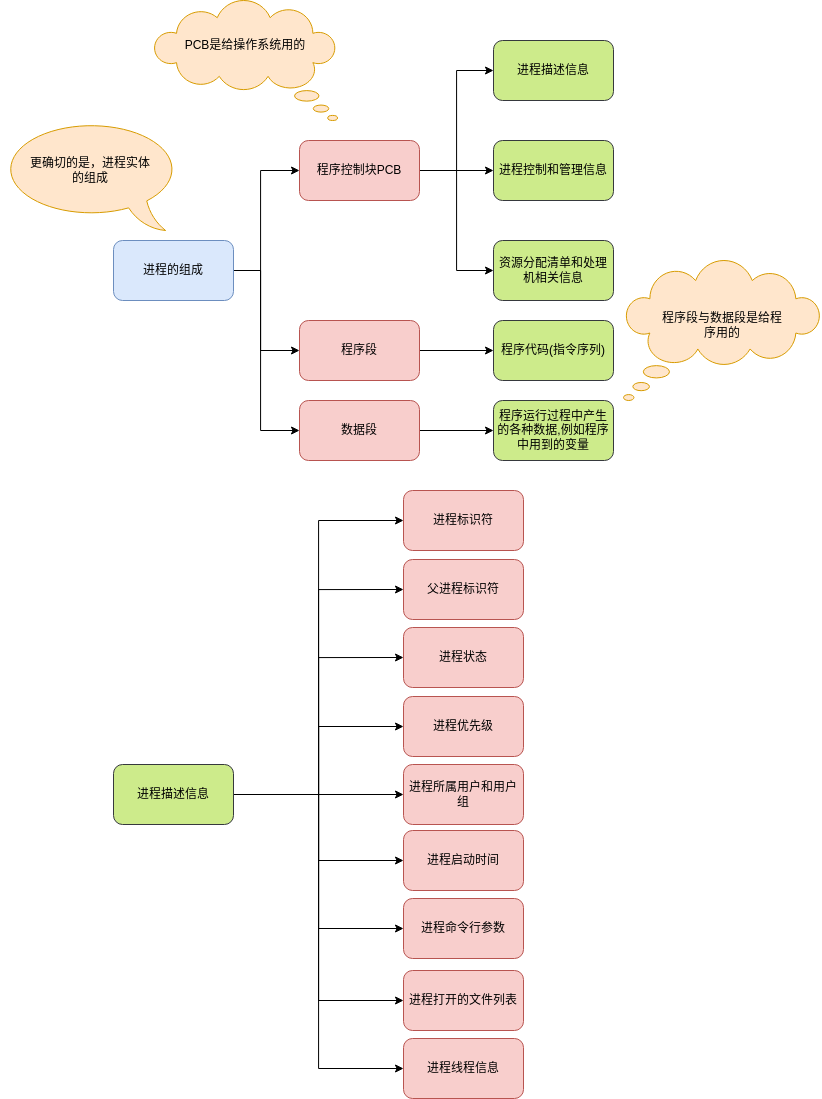
YuMingLiDawn/Linux keeps this draw.io diagram as process.drawio.png. Above is the earlier version. Source tidied: cells renumbered, new cells last; positions are measured from the earlier drawing's top-left corner, leaving out a move shared by most shapes.
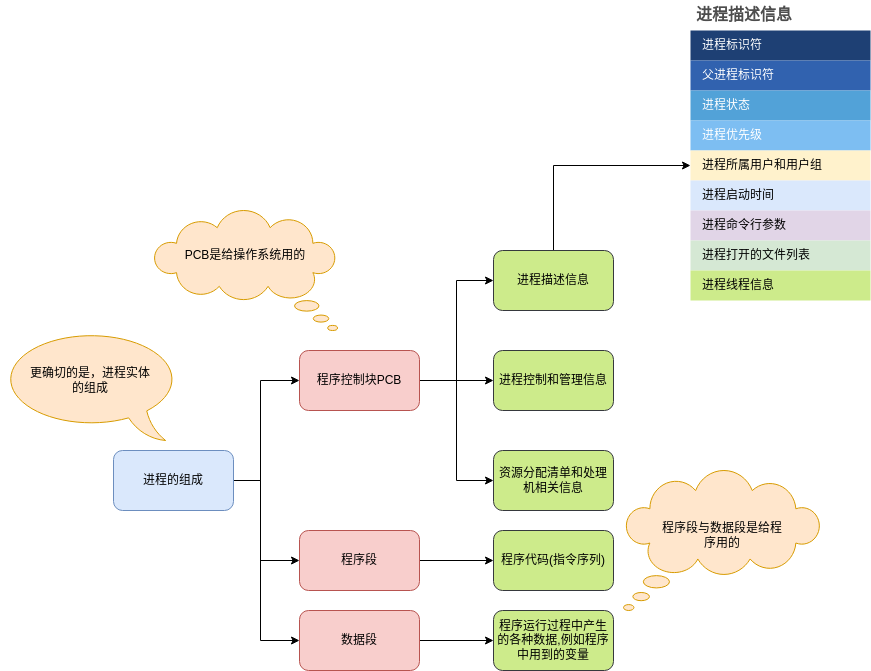
Above is the later version.

The edit, as a diff of the source:
```diff
@@ -53,6 +53,9 @@
     <mxCell id="13" value="数据段" style="rounded=1;whiteSpace=wrap;html=1;fillColor=#f8cecc;strokeColor=#b85450;" parent="1" vertex="1">
       <mxGeometry x="299" y="400" width="120" height="60" as="geometry" />
     </mxCell>
+    <mxCell id="44" style="edgeStyle=orthogonalEdgeStyle;rounded=0;jettySize=auto;html=1;entryX=0;entryY=0.5;entryDx=0;entryDy=0;" parent="1" edge="1" source="14" target="49">
+      <mxGeometry relative="1" as="geometry" />
+    </mxCell>
     <mxCell id="14" value="进程描述信息" style="rounded=1;whiteSpace=wrap;html=1;fillColor=#cdeb8b;strokeColor=#36393d;" parent="1" vertex="1">
       <mxGeometry x="493" y="40" width="120" height="60" as="geometry" />
     </mxCell>
@@ -86,62 +89,62 @@
     <mxCell id="24" value="更确切的是，进程实体的组成" style="text;html=1;strokeColor=none;fillColor=none;align=center;verticalAlign=middle;whiteSpace=wrap;rounded=0;" parent="1" vertex="1">
       <mxGeometry x="25" y="155" width="130" height="30" as="geometry" />
     </mxCell>
-    <mxCell id="25" style="edgeStyle=orthogonalEdgeStyle;rounded=0;jettySize=auto;html=1;entryX=0;entryY=0.5;entryDx=0;entryDy=0;" parent="1" edge="1" source="34" target="35">
-      <mxGeometry relative="1" as="geometry" />
-    </mxCell>
-    <mxCell id="26" style="edgeStyle=orthogonalEdgeStyle;rounded=0;jettySize=auto;html=1;entryX=0;entryY=0.5;entryDx=0;entryDy=0;" parent="1" edge="1" source="34" target="36">
-      <mxGeometry relative="1" as="geometry" />
-    </mxCell>
-    <mxCell id="27" style="edgeStyle=orthogonalEdgeStyle;rounded=0;jettySize=auto;html=1;entryX=0;entryY=0.5;entryDx=0;entryDy=0;" parent="1" edge="1" source="34" target="37">
-      <mxGeometry relative="1" as="geometry" />
-    </mxCell>
-    <mxCell id="28" style="edgeStyle=orthogonalEdgeStyle;rounded=0;jettySize=auto;html=1;entryX=0;entryY=0.5;entryDx=0;entryDy=0;" parent="1" edge="1" source="34" target="38">
-      <mxGeometry relative="1" as="geometry" />
-    </mxCell>
-    <mxCell id="29" style="edgeStyle=orthogonalEdgeStyle;rounded=0;jettySize=auto;html=1;entryX=0;entryY=0.5;entryDx=0;entryDy=0;" parent="1" edge="1" source="34" target="39">
-      <mxGeometry relative="1" as="geometry" />
-    </mxCell>
-    <mxCell id="30" style="edgeStyle=orthogonalEdgeStyle;rounded=0;jettySize=auto;html=1;entryX=0;entryY=0.5;entryDx=0;entryDy=0;" parent="1" edge="1" source="34" target="40">
-      <mxGeometry relative="1" as="geometry" />
-    </mxCell>
-    <mxCell id="31" style="edgeStyle=orthogonalEdgeStyle;rounded=0;jettySize=auto;html=1;entryX=0;entryY=0.5;entryDx=0;entryDy=0;" parent="1" edge="1" source="34" target="41">
-      <mxGeometry relative="1" as="geometry" />
-    </mxCell>
-    <mxCell id="32" style="edgeStyle=orthogonalEdgeStyle;rounded=0;jettySize=auto;html=1;entryX=0;entryY=0.5;entryDx=0;entryDy=0;" parent="1" edge="1" source="34" target="42">
-      <mxGeometry relative="1" as="geometry" />
-    </mxCell>
-    <mxCell id="33" style="edgeStyle=orthogonalEdgeStyle;rounded=0;jettySize=auto;html=1;entryX=0;entryY=0.5;entryDx=0;entryDy=0;" parent="1" edge="1" source="34" target="43">
-      <mxGeometry relative="1" as="geometry" />
-    </mxCell>
-    <mxCell id="34" value="进程描述信息" style="rounded=1;whiteSpace=wrap;html=1;fillColor=#cdeb8b;strokeColor=#36393d;" parent="1" vertex="1">
-      <mxGeometry x="113" y="764" width="120" height="60" as="geometry" />
+    <mxCell id="34" value="进程描述信息" style="shape=table;startSize=30;fontSize=16;align=left;verticalAlign=top;fillColor=none;strokeColor=none;fontColor=#4D4D4D;fontStyle=1;spacingLeft=6;spacing=0;" parent="1" vertex="1">
+      <mxGeometry x="690" y="-210" width="180" height="300" as="geometry" />
     </mxCell>
+    <mxCell id="45" style="shape=tableRow;horizontal=0;startSize=0;swimlaneHead=0;swimlaneBody=0;strokeColor=inherit;top=0;left=0;bottom=0;right=0;fillColor=none;fontSize=12;" parent="34" vertex="1">
+      <mxGeometry y="30" width="180" height="30" as="geometry" />
+    </mxCell>
-    <mxCell id="35" value="进程标识符" style="rounded=1;whiteSpace=wrap;html=1;fillColor=#f8cecc;strokeColor=#b85450;" parent="1" vertex="1">
-      <mxGeometry x="403" y="490" width="120" height="60" as="geometry" />
+    <mxCell id="35" value="进程标识符" style="shape=partialRectangle;html=1;whiteSpace=wrap;strokeColor=inherit;overflow=hidden;fillColor=#1E4074;top=0;left=0;bottom=0;right=0;fontSize=12;align=left;fontColor=#FFFFFF;gradientColor=none;spacingLeft=10;spacingRight=4;" parent="45" vertex="1">
+      <mxGeometry width="180" height="30" as="geometry" />
     </mxCell>
+    <mxCell id="46" style="shape=tableRow;horizontal=0;startSize=0;swimlaneHead=0;swimlaneBody=0;strokeColor=inherit;top=0;left=0;bottom=0;right=0;fillColor=none;fontSize=12;" parent="34" vertex="1">
+      <mxGeometry y="60" width="180" height="30" as="geometry" />
+    </mxCell>
-    <mxCell id="36" value="父进程标识符" style="rounded=1;whiteSpace=wrap;html=1;fillColor=#f8cecc;strokeColor=#b85450;" parent="1" vertex="1">
-      <mxGeometry x="403" y="559" width="120" height="60" as="geometry" />
+    <mxCell id="36" value="父进程标识符" style="shape=partialRectangle;html=1;whiteSpace=wrap;strokeColor=inherit;overflow=hidden;fillColor=#3162AF;top=0;left=0;bottom=0;right=0;fontSize=12;align=left;fontColor=#FFFFFF;gradientColor=none;spacingLeft=10;spacingRight=4;" parent="46" vertex="1">
+      <mxGeometry width="180" height="30" as="geometry" />
     </mxCell>
+    <mxCell id="47" style="shape=tableRow;horizontal=0;startSize=0;swimlaneHead=0;swimlaneBody=0;strokeColor=inherit;top=0;left=0;bottom=0;right=0;fillColor=none;fontSize=12;" parent="34" vertex="1">
+      <mxGeometry y="90" width="180" height="30" as="geometry" />
+    </mxCell>
-    <mxCell id="37" value="进程状态" style="rounded=1;whiteSpace=wrap;html=1;fillColor=#f8cecc;strokeColor=#b85450;" parent="1" vertex="1">
-      <mxGeometry x="403" y="627" width="120" height="60" as="geometry" />
+    <mxCell id="37" value="进程状态" style="shape=partialRectangle;html=1;whiteSpace=wrap;strokeColor=inherit;overflow=hidden;fillColor=#52a2d8;top=0;left=0;bottom=0;right=0;fontSize=12;align=left;fontColor=#FFFFFF;gradientColor=none;spacingLeft=10;spacingRight=4;" parent="47" vertex="1">
+      <mxGeometry width="180" height="30" as="geometry" />
     </mxCell>
+    <mxCell id="48" style="shape=tableRow;horizontal=0;startSize=0;swimlaneHead=0;swimlaneBody=0;strokeColor=inherit;top=0;left=0;bottom=0;right=0;fillColor=none;fontSize=12;" parent="34" vertex="1">
+      <mxGeometry y="120" width="180" height="30" as="geometry" />
+    </mxCell>
-    <mxCell id="38" value="进程优先级" style="rounded=1;whiteSpace=wrap;html=1;fillColor=#f8cecc;strokeColor=#b85450;" parent="1" vertex="1">
-      <mxGeometry x="403" y="696" width="120" height="60" as="geometry" />
+    <mxCell id="38" value="进程优先级" style="shape=partialRectangle;html=1;whiteSpace=wrap;strokeColor=inherit;overflow=hidden;fillColor=#7dbef2;top=0;left=0;bottom=0;right=0;fontSize=12;align=left;fontColor=#FFFFFF;gradientColor=none;spacingLeft=10;spacingRight=4;" parent="48" vertex="1">
+      <mxGeometry width="180" height="30" as="geometry" />
     </mxCell>
+    <mxCell id="49" style="shape=tableRow;horizontal=0;startSize=0;swimlaneHead=0;swimlaneBody=0;strokeColor=inherit;top=0;left=0;bottom=0;right=0;fillColor=none;points=[[0,0.5],[1,0.5]];portConstraint=eastwest;fontSize=12;" parent="34" vertex="1">
+      <mxGeometry y="150" width="180" height="30" as="geometry" />
+    </mxCell>
-    <mxCell id="39" value="进程所属用户和用户组" style="rounded=1;whiteSpace=wrap;html=1;fillColor=#f8cecc;strokeColor=#b85450;" parent="1" vertex="1">
-      <mxGeometry x="403" y="764" width="120" height="60" as="geometry" />
+    <mxCell id="39" value="进程所属用户和用户组" style="shape=partialRectangle;html=1;whiteSpace=wrap;strokeColor=#d6b656;overflow=hidden;fillColor=#fff2cc;top=0;left=0;bottom=0;right=0;fontSize=12;align=left;spacingLeft=10;spacingRight=4;" parent="49" vertex="1">
+      <mxGeometry width="180" height="30" as="geometry" />
     </mxCell>
+    <mxCell id="50" style="shape=tableRow;horizontal=0;startSize=0;swimlaneHead=0;swimlaneBody=0;strokeColor=inherit;top=0;left=0;bottom=0;right=0;fillColor=none;fontSize=12;" parent="34" vertex="1">
+      <mxGeometry y="180" width="180" height="30" as="geometry" />
+    </mxCell>
-    <mxCell id="40" value="进程启动时间" style="rounded=1;whiteSpace=wrap;html=1;fillColor=#f8cecc;strokeColor=#b85450;" parent="1" vertex="1">
-      <mxGeometry x="403" y="830" width="120" height="60" as="geometry" />
+    <mxCell id="40" value="进程启动时间" style="shape=partialRectangle;html=1;whiteSpace=wrap;strokeColor=#6c8ebf;overflow=hidden;fillColor=#dae8fc;top=0;left=0;bottom=0;right=0;fontSize=12;align=left;spacingLeft=10;spacingRight=4;" parent="50" vertex="1">
+      <mxGeometry width="180" height="30" as="geometry" />
     </mxCell>
+    <mxCell id="51" style="shape=tableRow;horizontal=0;startSize=0;swimlaneHead=0;swimlaneBody=0;strokeColor=inherit;top=0;left=0;bottom=0;right=0;fillColor=none;fontSize=12;" parent="34" vertex="1">
+      <mxGeometry y="210" width="180" height="30" as="geometry" />
+    </mxCell>
-    <mxCell id="41" value="进程命令行参数" style="rounded=1;whiteSpace=wrap;html=1;fillColor=#f8cecc;strokeColor=#b85450;" parent="1" vertex="1">
-      <mxGeometry x="403" y="898" width="120" height="60" as="geometry" />
+    <mxCell id="41" value="进程命令行参数" style="shape=partialRectangle;html=1;whiteSpace=wrap;strokeColor=#9673a6;overflow=hidden;fillColor=#e1d5e7;top=0;left=0;bottom=0;right=0;fontSize=12;align=left;spacingLeft=10;spacingRight=4;" parent="51" vertex="1">
+      <mxGeometry width="180" height="30" as="geometry" />
     </mxCell>
+    <mxCell id="52" style="shape=tableRow;horizontal=0;startSize=0;swimlaneHead=0;swimlaneBody=0;strokeColor=inherit;top=0;left=0;bottom=0;right=0;fillColor=none;fontSize=12;" parent="34" vertex="1">
+      <mxGeometry y="240" width="180" height="30" as="geometry" />
+    </mxCell>
-    <mxCell id="42" value="进程打开的文件列表" style="rounded=1;whiteSpace=wrap;html=1;fillColor=#f8cecc;strokeColor=#b85450;" parent="1" vertex="1">
-      <mxGeometry x="403" y="970" width="120" height="60" as="geometry" />
+    <mxCell id="42" value="进程打开的文件列表" style="shape=partialRectangle;html=1;whiteSpace=wrap;strokeColor=#82b366;overflow=hidden;fillColor=#d5e8d4;top=0;left=0;bottom=0;right=0;fontSize=12;align=left;spacingLeft=10;spacingRight=4;" parent="52" vertex="1">
+      <mxGeometry width="180" height="30" as="geometry" />
     </mxCell>
+    <mxCell id="53" style="shape=tableRow;horizontal=0;startSize=0;swimlaneHead=0;swimlaneBody=0;strokeColor=inherit;top=0;left=0;bottom=0;right=0;fillColor=none;fontSize=12;" parent="34" vertex="1">
+      <mxGeometry y="270" width="180" height="30" as="geometry" />
+    </mxCell>
-    <mxCell id="43" value="进程线程信息" style="rounded=1;whiteSpace=wrap;html=1;fillColor=#f8cecc;strokeColor=#b85450;" parent="1" vertex="1">
-      <mxGeometry x="403" y="1038" width="120" height="60" as="geometry" />
+    <mxCell id="43" value="进程线程信息" style="shape=partialRectangle;html=1;whiteSpace=wrap;strokeColor=#36393d;overflow=hidden;fillColor=#cdeb8b;top=0;left=0;bottom=0;right=0;fontSize=12;align=left;spacingLeft=10;spacingRight=4;" parent="53" vertex="1">
+      <mxGeometry width="180" height="30" as="geometry" />
     </mxCell>
   </root>
 </mxGraphModel>
```
